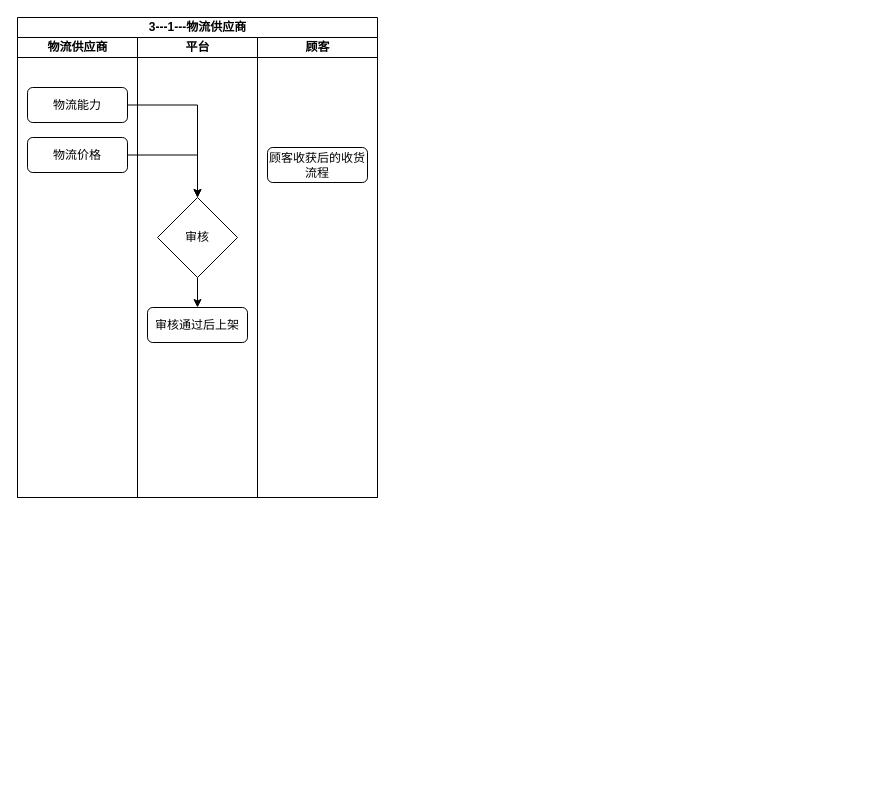
Above: page "3---1---物流供应商" (4 of 6) of Graph/1---健康农场---全流程.drawio in ManGuo/HealthFarm (draw.io), before the change. Source tidied: cells renumbered, new cells numbered last; positions are measured from the earlier drawing's top-left corner, leaving out a move shared by most shapes. Both pictures are drawn from the tidied source at 100%, with x=0, y=0 at pixel (17, 17).
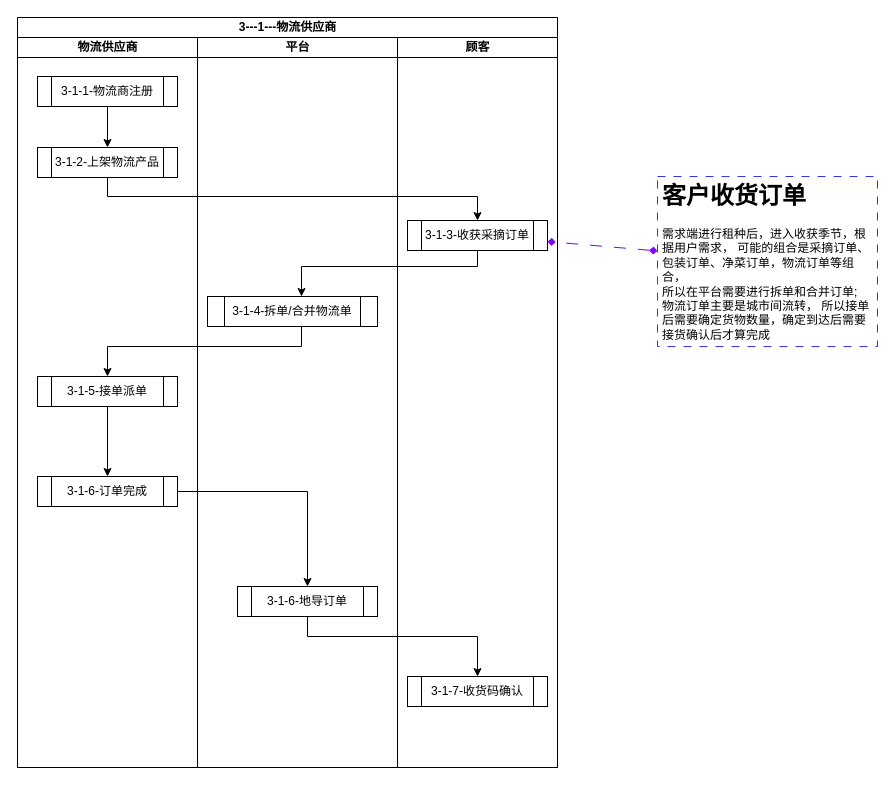
The same page after the edit.

Change to the diagram source:
```diff
@@
     <mxCell id="2" value="3---1---物流供应商" style="swimlane;startSize=20;html=1;" parent="1" vertex="1">
-      <mxGeometry width="360" height="480" as="geometry" />
+      <mxGeometry width="540" height="750" as="geometry" />
     </mxCell>
     <mxCell id="3" value="物流供应商" style="swimlane;startSize=20;html=1;" parent="2" vertex="1">
-      <mxGeometry y="20" width="120" height="460" as="geometry" />
+      <mxGeometry y="20" width="180" height="730" as="geometry" />
     </mxCell>
-    <mxCell id="4" value="物流能力" style="rounded=1;whiteSpace=wrap;html=1;" parent="3" vertex="1">
-      <mxGeometry x="10" y="50" width="100" height="35" as="geometry" />
-    </mxCell>
-    <mxCell id="5" value="物流价格" style="rounded=1;whiteSpace=wrap;html=1;" parent="3" vertex="1">
-      <mxGeometry x="10" y="100" width="100" height="35" as="geometry" />
-    </mxCell>
+    <mxCell id="14" value="3-1-1-物流商注册" style="shape=process;whiteSpace=wrap;html=1;backgroundOutline=1;" parent="3" vertex="1">
+      <mxGeometry x="20" y="39" width="140" height="30" as="geometry" />
+    </mxCell>
+    <mxCell id="15" value="3-1-2-上架物流产品" style="shape=process;whiteSpace=wrap;html=1;backgroundOutline=1;" parent="3" vertex="1">
+      <mxGeometry x="20" y="110" width="140" height="30" as="geometry" />
+    </mxCell>
+    <mxCell id="16" style="edgeStyle=orthogonalEdgeStyle;rounded=0;jettySize=auto;html=1;" parent="3" edge="1" source="14" target="15">
+      <mxGeometry relative="1" as="geometry" />
+    </mxCell>
+    <mxCell id="17" style="edgeStyle=orthogonalEdgeStyle;rounded=0;jettySize=auto;html=1;" parent="3" edge="1" source="18" target="19">
+      <mxGeometry relative="1" as="geometry" />
+    </mxCell>
+    <mxCell id="18" value="3-1-5-接单派单" style="shape=process;whiteSpace=wrap;html=1;backgroundOutline=1;" parent="3" vertex="1">
+      <mxGeometry x="20" y="339" width="140" height="30" as="geometry" />
+    </mxCell>
+    <mxCell id="19" value="3-1-6-订单完成" style="shape=process;whiteSpace=wrap;html=1;backgroundOutline=1;" parent="3" vertex="1">
+      <mxGeometry x="20" y="439" width="140" height="30" as="geometry" />
+    </mxCell>
     <mxCell id="6" value="平台" style="swimlane;startSize=20;html=1;" parent="2" vertex="1">
-      <mxGeometry x="120" y="20" width="120" height="460" as="geometry" />
+      <mxGeometry x="180" y="20" width="200" height="730" as="geometry" />
     </mxCell>
-    <mxCell id="7" style="edgeStyle=orthogonalEdgeStyle;rounded=0;jettySize=auto;html=1;" parent="6" edge="1" source="8" target="9">
-      <mxGeometry relative="1" as="geometry" />
-    </mxCell>
-    <mxCell id="8" value="审核" style="rhombus;whiteSpace=wrap;html=1;" parent="6" vertex="1">
-      <mxGeometry x="20" y="160" width="80" height="80" as="geometry" />
-    </mxCell>
-    <mxCell id="9" value="审核通过后上架" style="rounded=1;whiteSpace=wrap;html=1;" parent="6" vertex="1">
-      <mxGeometry x="10" y="270" width="100" height="35" as="geometry" />
-    </mxCell>
+    <mxCell id="20" value="3-1-4-拆单/合并物流单" style="shape=process;whiteSpace=wrap;html=1;backgroundOutline=1;" parent="6" vertex="1">
+      <mxGeometry x="10" y="259" width="170" height="30" as="geometry" />
+    </mxCell>
+    <mxCell id="21" value="3-1-6-地导订单" style="shape=process;whiteSpace=wrap;html=1;backgroundOutline=1;" parent="6" vertex="1">
+      <mxGeometry x="40" y="549" width="140" height="30" as="geometry" />
+    </mxCell>
     <mxCell id="10" value="顾客" style="swimlane;startSize=20;html=1;" parent="2" vertex="1">
-      <mxGeometry x="240" y="20" width="120" height="460" as="geometry" />
+      <mxGeometry x="380" y="20" width="160" height="730" as="geometry" />
     </mxCell>
-    <mxCell id="11" value="顾客收获后的收货流程" style="rounded=1;whiteSpace=wrap;html=1;" parent="10" vertex="1">
-      <mxGeometry x="10" y="110" width="100" height="35" as="geometry" />
-    </mxCell>
-    <mxCell id="12" style="edgeStyle=orthogonalEdgeStyle;rounded=0;jettySize=auto;html=1;entryX=0.5;entryY=0;entryDx=0;entryDy=0;" parent="2" edge="1" source="4" target="8">
-      <mxGeometry relative="1" as="geometry" />
-    </mxCell>
-    <mxCell id="13" style="edgeStyle=orthogonalEdgeStyle;rounded=0;jettySize=auto;html=1;" parent="2" edge="1" source="5" target="8">
-      <mxGeometry relative="1" as="geometry" />
-    </mxCell>
+    <mxCell id="22" value="3-1-3-收获采摘订单" style="shape=process;whiteSpace=wrap;html=1;backgroundOutline=1;" parent="10" vertex="1">
+      <mxGeometry x="10" y="183" width="140" height="30" as="geometry" />
+    </mxCell>
+    <mxCell id="23" value="3-1-7-收货码确认" style="shape=process;whiteSpace=wrap;html=1;backgroundOutline=1;" parent="10" vertex="1">
+      <mxGeometry x="10" y="639" width="140" height="30" as="geometry" />
+    </mxCell>
+    <mxCell id="24" style="edgeStyle=orthogonalEdgeStyle;rounded=0;jettySize=auto;html=1;" parent="2" edge="1" source="15" target="22">
+      <mxGeometry relative="1" as="geometry">
+        <Array as="points">
+          <mxPoint x="90" y="179" />
+        </Array>
+      </mxGeometry>
+    </mxCell>
+    <mxCell id="25" style="edgeStyle=orthogonalEdgeStyle;rounded=0;jettySize=auto;html=1;" parent="2" edge="1" source="22" target="20">
+      <mxGeometry relative="1" as="geometry">
+        <Array as="points">
+          <mxPoint x="460" y="249" />
+          <mxPoint x="284" y="249" />
+        </Array>
+      </mxGeometry>
+    </mxCell>
+    <mxCell id="26" style="edgeStyle=orthogonalEdgeStyle;rounded=0;jettySize=auto;html=1;" parent="2" edge="1" source="20" target="18">
+      <mxGeometry relative="1" as="geometry">
+        <Array as="points">
+          <mxPoint x="284" y="329" />
+          <mxPoint x="90" y="329" />
+        </Array>
+      </mxGeometry>
+    </mxCell>
+    <mxCell id="27" style="edgeStyle=orthogonalEdgeStyle;rounded=0;jettySize=auto;html=1;" parent="2" edge="1" source="19" target="21">
+      <mxGeometry relative="1" as="geometry" />
+    </mxCell>
+    <mxCell id="28" style="edgeStyle=orthogonalEdgeStyle;rounded=0;jettySize=auto;html=1;" parent="2" edge="1" source="21" target="23">
+      <mxGeometry relative="1" as="geometry">
+        <Array as="points">
+          <mxPoint x="290" y="619" />
+          <mxPoint x="460" y="619" />
+        </Array>
+      </mxGeometry>
+    </mxCell>
+    <mxCell id="29" value="&lt;h1&gt;客户收货订单&lt;/h1&gt;&lt;div&gt;需求端进行租种后，进入收获季节，根据用户需求， 可能的组合是采摘订单、包装订单、净菜订单，物流订单等组合，&amp;nbsp;&lt;/div&gt;&lt;div&gt;所以在平台需要进行拆单和合并订单;&lt;/div&gt;&lt;div&gt;物流订单主要是城市间流转， 所以接单后需要确定货物数量，确定到达后需要接货确认后才算完成&lt;/div&gt;" style="text;html=1;strokeColor=#3333FF;fillColor=none;spacing=5;spacingTop=-20;whiteSpace=wrap;overflow=hidden;rounded=0;dashed=1;dashPattern=8 8;" parent="1" vertex="1">
+      <mxGeometry x="640" y="159" width="220" height="170" as="geometry" />
+    </mxCell>
+    <mxCell id="30" style="endArrow=diamond;html=1;exitX=0;exitY=0.438;exitDx=0;exitDy=0;dashed=1;dashPattern=12 12;strokeColor=#7F00FF;rounded=0;endFill=1;startArrow=diamond;startFill=1;exitPerimeter=0;" parent="1" edge="1" source="29" target="22">
+      <mxGeometry relative="1" as="geometry" />
+    </mxCell>
```
